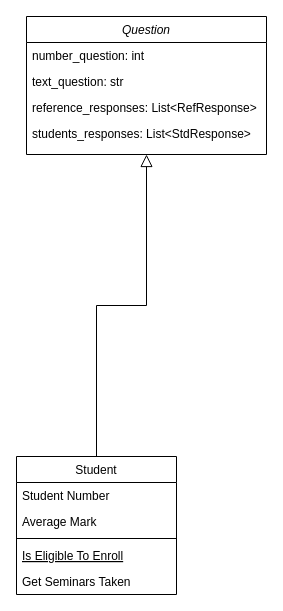
The draw.io diagram dataClassModels/DataClassModelsTCC.drawio in luca-moraes/relatorioParcialTCC, before the edit. Source tidied: cells renumbered, new cells numbered last; positions are measured from the earlier drawing's top-left corner, leaving out a move shared by most shapes. Both pictures are drawn from the tidied source at 100%, with x=0, y=0 at pixel (16, 16).
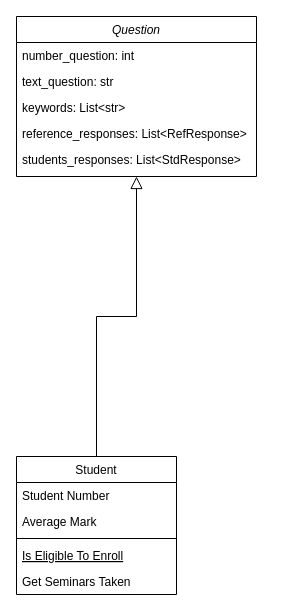
The same page after the edit.

Diff of the diagram source:
```diff
@@
 <mxGraphModel>
   <root>
     <mxCell id="0" />
     <mxCell id="1" parent="0" />
     <mxCell id="2" value="Question" style="swimlane;fontStyle=2;align=center;verticalAlign=top;horizontal=1;startSize=26;rounded=0;shadow=0;strokeWidth=1;" parent="1" vertex="1">
-      <mxGeometry x="10" width="240" height="138" as="geometry" />
+      <mxGeometry width="240" height="160" as="geometry" />
     </mxCell>
     <mxCell id="3" value="number_question: int" style="text;align=left;verticalAlign=top;spacingLeft=4;spacingRight=4;overflow=hidden;" parent="2" vertex="1">
       <mxGeometry y="26" width="240" height="26" as="geometry" />
     </mxCell>
     <mxCell id="4" value="text_question: str" style="text;align=left;verticalAlign=top;spacingLeft=4;spacingRight=4;overflow=hidden;rounded=0;shadow=0;html=0;" parent="2" vertex="1">
       <mxGeometry y="52" width="240" height="26" as="geometry" />
     </mxCell>
+    <mxCell id="6" value="keywords: List&lt;str&gt;" style="text;align=left;verticalAlign=top;spacingLeft=4;spacingRight=4;overflow=hidden;rounded=0;shadow=0;html=0;" parent="2" vertex="1">
+      <mxGeometry y="78" width="240" height="26" as="geometry" />
+    </mxCell>
     <mxCell id="5" value="reference_responses: List&lt;RefResponse&gt;" style="text;align=left;verticalAlign=top;spacingLeft=4;spacingRight=4;overflow=hidden;rounded=0;shadow=0;html=0;" parent="2" vertex="1">
-      <mxGeometry y="78" width="240" height="26" as="geometry" />
+      <mxGeometry y="104" width="240" height="26" as="geometry" />
     </mxCell>
-    <mxCell id="6" value="students_responses: List&lt;StdResponse&gt;" style="text;align=left;verticalAlign=top;spacingLeft=4;spacingRight=4;overflow=hidden;rounded=0;shadow=0;html=0;" parent="2" vertex="1">
-      <mxGeometry y="104" width="240" height="26" as="geometry" />
-    </mxCell>
+    <mxCell id="14" value="students_responses: List&lt;StdResponse&gt;" style="text;align=left;verticalAlign=top;spacingLeft=4;spacingRight=4;overflow=hidden;rounded=0;shadow=0;html=0;" parent="2" vertex="1">
+      <mxGeometry y="130" width="240" height="26" as="geometry" />
+    </mxCell>
     <mxCell id="7" value="Student" style="swimlane;fontStyle=0;align=center;verticalAlign=top;horizontal=1;startSize=26;rounded=0;shadow=0;strokeWidth=1;" parent="1" vertex="1">
       <mxGeometry y="440" width="160" height="138" as="geometry" />
     </mxCell>
     <mxCell id="8" value="Student Number" style="text;align=left;verticalAlign=top;spacingLeft=4;spacingRight=4;overflow=hidden;" parent="7" vertex="1">
       <mxGeometry y="26" width="160" height="26" as="geometry" />
     </mxCell>
     <mxCell id="9" value="Average Mark" style="text;align=left;verticalAlign=top;spacingLeft=4;spacingRight=4;overflow=hidden;rounded=0;shadow=0;html=0;" parent="7" vertex="1">
       <mxGeometry y="52" width="160" height="26" as="geometry" />
     </mxCell>
     <mxCell id="10" style="line;html=1;strokeWidth=1;align=left;verticalAlign=middle;spacingTop=-1;spacingLeft=3;spacingRight=3;labelPosition=right;" parent="7" vertex="1">
       <mxGeometry y="78" width="160" height="8" as="geometry" />
     </mxCell>
     <mxCell id="11" value="Is Eligible To Enroll" style="text;align=left;verticalAlign=top;spacingLeft=4;spacingRight=4;overflow=hidden;fontStyle=4;" parent="7" vertex="1">
       <mxGeometry y="86" width="160" height="26" as="geometry" />
     </mxCell>
     <mxCell id="12" value="Get Seminars Taken" style="text;align=left;verticalAlign=top;spacingLeft=4;spacingRight=4;overflow=hidden;" parent="7" vertex="1">
       <mxGeometry y="112" width="160" height="26" as="geometry" />
     </mxCell>
     <mxCell id="13" style="endArrow=block;endSize=10;endFill=0;shadow=0;strokeWidth=1;rounded=0;curved=0;edgeStyle=elbowEdgeStyle;elbow=vertical;" parent="1" edge="1" source="7" target="2">
       <mxGeometry relative="1" as="geometry" />
     </mxCell>
   </root>
 </mxGraphModel>
```
